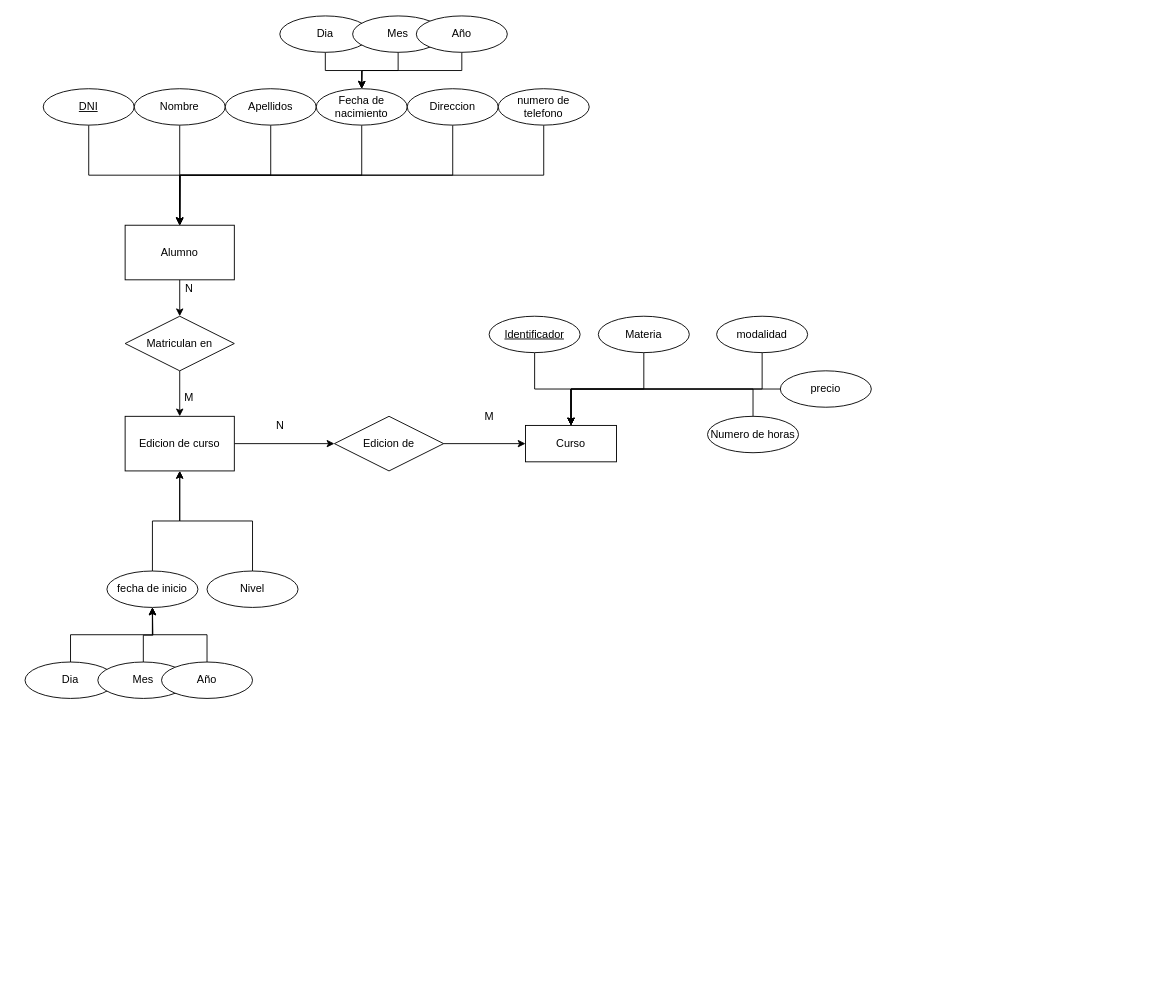
vnavacar/warm-up keeps this draw.io diagram as basesdedatos1.drawio. Above is the earlier version. Source tidied: cells renumbered, new cells numbered last; positions are measured from the earlier drawing's top-left corner, leaving out a move shared by most shapes. Both pictures are drawn from the tidied source at 91%, with x=0, y=0 at pixel (25, 15).
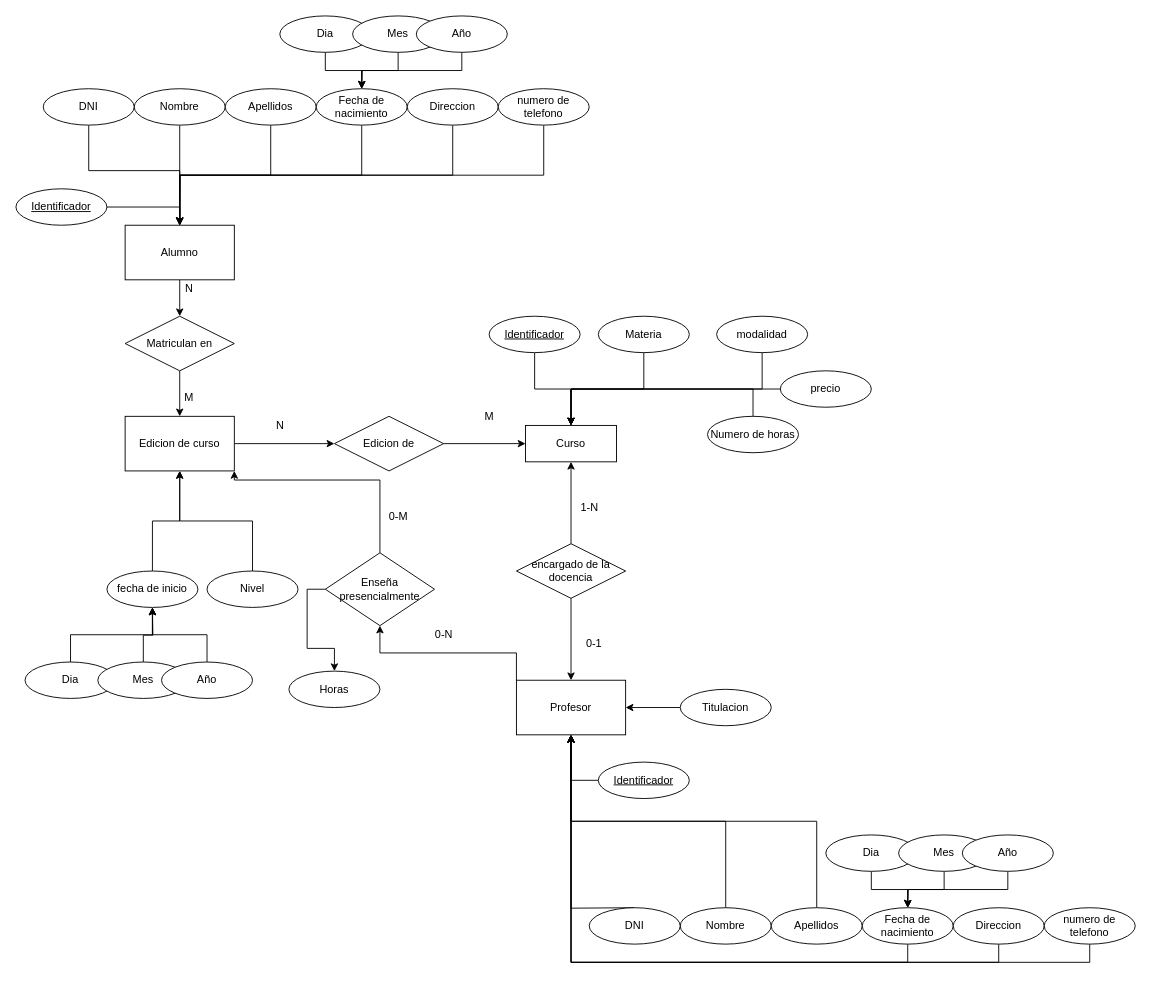
The same page after the edit.

Unchanged cells that the change refers to:
```xml
<mxCell id="3" value="Alumno" style="rounded=0;whiteSpace=wrap;html=1;" parent="1" vertex="1">
  <mxGeometry x="110" y="230" width="120" height="60" as="geometry" />
</mxCell>
<mxCell id="23" value="Edicion de curso" style="whiteSpace=wrap;html=1;align=center;" parent="1" vertex="1">
  <mxGeometry x="110" y="440" width="120" height="60" as="geometry" />
</mxCell>
<mxCell id="42" value="Curso" style="whiteSpace=wrap;html=1;align=center;" parent="1" vertex="1">
  <mxGeometry x="550" y="450" width="100" height="40" as="geometry" />
</mxCell>
```

What changed in the source:
```diff
@@
-    <mxCell id="4" style="edgeStyle=orthogonalEdgeStyle;rounded=0;jettySize=auto;html=1;exitX=0.5;exitY=1;exitDx=0;exitDy=0;" parent="1" edge="1" source="5" target="3">
-      <mxGeometry relative="1" as="geometry" />
+    <mxCell id="4" style="edgeStyle=orthogonalEdgeStyle;rounded=0;jettySize=auto;html=1;exitX=0.5;exitY=1;exitDx=0;exitDy=0;" parent="1" edge="1" target="3">
+      <mxGeometry relative="1" as="geometry">
+        <mxPoint x="70" y="120" as="sourcePoint" />
+        <Array as="points">
+          <mxPoint x="70" y="170" />
+          <mxPoint x="170" y="170" />
+        </Array>
+      </mxGeometry>
     </mxCell>
-    <mxCell id="5" value="DNI" style="ellipse;whiteSpace=wrap;html=1;align=center;fontStyle=4;" parent="1" vertex="1">
-      <mxGeometry x="20" y="80" width="100" height="40" as="geometry" />
-    </mxCell>
@@
+    <mxCell id="53" style="edgeStyle=orthogonalEdgeStyle;rounded=0;jettySize=auto;html=1;exitX=0.5;exitY=0;exitDx=0;exitDy=0;entryX=0.5;entryY=1;entryDx=0;entryDy=0;" parent="1" edge="1" source="55" target="42">
+      <mxGeometry relative="1" as="geometry" />
+    </mxCell>
+    <mxCell id="54" style="edgeStyle=orthogonalEdgeStyle;rounded=0;jettySize=auto;html=1;exitX=0.5;exitY=1;exitDx=0;exitDy=0;entryX=0.5;entryY=0;entryDx=0;entryDy=0;" parent="1" edge="1" source="55" target="59">
+      <mxGeometry relative="1" as="geometry" />
+    </mxCell>
+    <mxCell id="55" value="encargado de la docencia" style="shape=rhombus;perimeter=rhombusPerimeter;whiteSpace=wrap;html=1;align=center;" parent="1" vertex="1">
+      <mxGeometry x="540" y="580" width="120" height="60" as="geometry" />
+    </mxCell>
+    <mxCell id="56" value="1-N" style="text;html=1;align=center;verticalAlign=middle;strokeColor=none;fillColor=none;" parent="1" vertex="1">
+      <mxGeometry x="600" y="530" width="40" height="20" as="geometry" />
+    </mxCell>
+    <mxCell id="57" value="0-1" style="text;html=1;align=center;verticalAlign=middle;strokeColor=none;fillColor=none;" parent="1" vertex="1">
+      <mxGeometry x="610" y="680" width="30" height="20" as="geometry" />
+    </mxCell>
+    <mxCell id="58" style="edgeStyle=orthogonalEdgeStyle;rounded=0;jettySize=auto;html=1;exitX=0;exitY=0;exitDx=0;exitDy=0;entryX=0.5;entryY=1;entryDx=0;entryDy=0;" parent="1" edge="1" source="59" target="81">
+      <mxGeometry relative="1" as="geometry" />
+    </mxCell>
+    <mxCell id="59" value="Profesor" style="rounded=0;whiteSpace=wrap;html=1;" parent="1" vertex="1">
+      <mxGeometry x="540" y="730" width="120" height="60" as="geometry" />
+    </mxCell>
+    <mxCell id="60" style="edgeStyle=orthogonalEdgeStyle;rounded=0;jettySize=auto;html=1;exitX=0.5;exitY=0;exitDx=0;exitDy=0;entryX=0.5;entryY=1;entryDx=0;entryDy=0;" parent="1" edge="1" target="59">
+      <mxGeometry relative="1" as="geometry">
+        <mxPoint x="670" y="980" as="sourcePoint" />
+      </mxGeometry>
+    </mxCell>
+    <mxCell id="61" style="edgeStyle=orthogonalEdgeStyle;rounded=0;jettySize=auto;html=1;exitX=0.5;exitY=0;exitDx=0;exitDy=0;entryX=0.5;entryY=1;entryDx=0;entryDy=0;" parent="1" edge="1" source="62" target="59">
+      <mxGeometry relative="1" as="geometry" />
+    </mxCell>
+    <mxCell id="62" value="Nombre" style="ellipse;whiteSpace=wrap;html=1;align=center;" parent="1" vertex="1">
+      <mxGeometry x="720" y="980" width="100" height="40" as="geometry" />
+    </mxCell>
+    <mxCell id="63" style="edgeStyle=orthogonalEdgeStyle;rounded=0;jettySize=auto;html=1;exitX=0.5;exitY=0;exitDx=0;exitDy=0;entryX=0.5;entryY=1;entryDx=0;entryDy=0;" parent="1" edge="1" source="64" target="59">
+      <mxGeometry relative="1" as="geometry" />
+    </mxCell>
+    <mxCell id="64" value="Apellidos" style="ellipse;whiteSpace=wrap;html=1;align=center;" parent="1" vertex="1">
+      <mxGeometry x="820" y="980" width="100" height="40" as="geometry" />
+    </mxCell>
+    <mxCell id="65" style="edgeStyle=orthogonalEdgeStyle;rounded=0;jettySize=auto;html=1;exitX=0.5;exitY=1;exitDx=0;exitDy=0;entryX=0.5;entryY=1;entryDx=0;entryDy=0;" parent="1" edge="1" source="66" target="59">
+      <mxGeometry relative="1" as="geometry" />
+    </mxCell>
+    <mxCell id="66" value="Fecha de nacimiento" style="ellipse;whiteSpace=wrap;html=1;align=center;" parent="1" vertex="1">
+      <mxGeometry x="920" y="980" width="100" height="40" as="geometry" />
+    </mxCell>
+    <mxCell id="67" style="edgeStyle=orthogonalEdgeStyle;rounded=0;jettySize=auto;html=1;exitX=0.5;exitY=1;exitDx=0;exitDy=0;entryX=0.5;entryY=0;entryDx=0;entryDy=0;" parent="1" edge="1" source="68" target="66">
+      <mxGeometry relative="1" as="geometry" />
+    </mxCell>
+    <mxCell id="68" value="Dia" style="ellipse;whiteSpace=wrap;html=1;align=center;" parent="1" vertex="1">
+      <mxGeometry x="880" y="900" width="100" height="40" as="geometry" />
+    </mxCell>
+    <mxCell id="69" style="edgeStyle=orthogonalEdgeStyle;rounded=0;jettySize=auto;html=1;exitX=0.5;exitY=1;exitDx=0;exitDy=0;entryX=0.5;entryY=0;entryDx=0;entryDy=0;" parent="1" edge="1" source="70" target="66">
+      <mxGeometry relative="1" as="geometry" />
+    </mxCell>
+    <mxCell id="70" value="Mes" style="ellipse;whiteSpace=wrap;html=1;align=center;" parent="1" vertex="1">
+      <mxGeometry x="960" y="900" width="100" height="40" as="geometry" />
+    </mxCell>
+    <mxCell id="71" style="edgeStyle=orthogonalEdgeStyle;rounded=0;jettySize=auto;html=1;exitX=0.5;exitY=1;exitDx=0;exitDy=0;" parent="1" edge="1" source="72">
+      <mxGeometry relative="1" as="geometry">
+        <mxPoint x="970" y="980" as="targetPoint" />
+      </mxGeometry>
+    </mxCell>
+    <mxCell id="72" value="Año" style="ellipse;whiteSpace=wrap;html=1;align=center;" parent="1" vertex="1">
+      <mxGeometry x="1030" y="900" width="100" height="40" as="geometry" />
+    </mxCell>
+    <mxCell id="73" style="edgeStyle=orthogonalEdgeStyle;rounded=0;jettySize=auto;html=1;exitX=0.5;exitY=1;exitDx=0;exitDy=0;entryX=0.5;entryY=1;entryDx=0;entryDy=0;" parent="1" edge="1" source="74" target="59">
+      <mxGeometry relative="1" as="geometry" />
+    </mxCell>
+    <mxCell id="74" value="Direccion" style="ellipse;whiteSpace=wrap;html=1;align=center;" parent="1" vertex="1">
+      <mxGeometry x="1020" y="980" width="100" height="40" as="geometry" />
+    </mxCell>
+    <mxCell id="75" style="edgeStyle=orthogonalEdgeStyle;rounded=0;jettySize=auto;html=1;exitX=0.5;exitY=1;exitDx=0;exitDy=0;entryX=0.5;entryY=1;entryDx=0;entryDy=0;" parent="1" edge="1" source="76" target="59">
+      <mxGeometry relative="1" as="geometry" />
+    </mxCell>
+    <mxCell id="76" value="numero de telefono" style="ellipse;whiteSpace=wrap;html=1;align=center;" parent="1" vertex="1">
+      <mxGeometry x="1120" y="980" width="100" height="40" as="geometry" />
+    </mxCell>
+    <mxCell id="77" style="edgeStyle=orthogonalEdgeStyle;rounded=0;jettySize=auto;html=1;exitX=0;exitY=0.5;exitDx=0;exitDy=0;entryX=1;entryY=0.5;entryDx=0;entryDy=0;" parent="1" edge="1" source="78" target="59">
+      <mxGeometry relative="1" as="geometry" />
+    </mxCell>
+    <mxCell id="78" value="Titulacion" style="ellipse;whiteSpace=wrap;html=1;align=center;" parent="1" vertex="1">
+      <mxGeometry x="720" y="740" width="100" height="40" as="geometry" />
+    </mxCell>
+    <mxCell id="79" style="edgeStyle=orthogonalEdgeStyle;rounded=0;jettySize=auto;html=1;exitX=0.5;exitY=0;exitDx=0;exitDy=0;entryX=1;entryY=1;entryDx=0;entryDy=0;" parent="1" edge="1" source="81" target="23">
+      <mxGeometry relative="1" as="geometry">
+        <Array as="points">
+          <mxPoint x="390" y="510" />
+          <mxPoint x="230" y="510" />
+        </Array>
+      </mxGeometry>
+    </mxCell>
+    <mxCell id="80" style="edgeStyle=orthogonalEdgeStyle;rounded=0;jettySize=auto;html=1;exitX=0;exitY=0.5;exitDx=0;exitDy=0;" parent="1" edge="1" source="81" target="84">
+      <mxGeometry relative="1" as="geometry" />
+    </mxCell>
+    <mxCell id="81" value="Enseña presencialmente" style="shape=rhombus;perimeter=rhombusPerimeter;whiteSpace=wrap;html=1;align=center;" parent="1" vertex="1">
+      <mxGeometry x="330" y="590" width="120" height="80" as="geometry" />
+    </mxCell>
+    <mxCell id="82" value="0-N" style="text;html=1;align=center;verticalAlign=middle;strokeColor=none;fillColor=none;" parent="1" vertex="1">
+      <mxGeometry x="440" y="670" width="40" height="20" as="geometry" />
+    </mxCell>
+    <mxCell id="83" value="0-M" style="text;html=1;align=center;verticalAlign=middle;strokeColor=none;fillColor=none;" parent="1" vertex="1">
+      <mxGeometry x="390" y="540" width="40" height="20" as="geometry" />
+    </mxCell>
+    <mxCell id="84" value="Horas" style="ellipse;whiteSpace=wrap;html=1;align=center;" parent="1" vertex="1">
+      <mxGeometry x="290" y="720" width="100" height="40" as="geometry" />
+    </mxCell>
+    <mxCell id="85" value="DNI" style="ellipse;whiteSpace=wrap;html=1;align=center;" parent="1" vertex="1">
+      <mxGeometry x="620" y="980" width="100" height="40" as="geometry" />
+    </mxCell>
+    <mxCell id="86" style="edgeStyle=orthogonalEdgeStyle;rounded=0;jettySize=auto;html=1;exitX=0;exitY=0.5;exitDx=0;exitDy=0;entryX=0.5;entryY=1;entryDx=0;entryDy=0;" parent="1" edge="1" source="87" target="59">
+      <mxGeometry relative="1" as="geometry" />
+    </mxCell>
+    <mxCell id="87" value="Identificador" style="ellipse;whiteSpace=wrap;html=1;align=center;fontStyle=4;" parent="1" vertex="1">
+      <mxGeometry x="630" y="820" width="100" height="40" as="geometry" />
+    </mxCell>
+    <mxCell id="88" value="DNI" style="ellipse;whiteSpace=wrap;html=1;align=center;" parent="1" vertex="1">
+      <mxGeometry x="20" y="80" width="100" height="40" as="geometry" />
+    </mxCell>
+    <mxCell id="89" style="edgeStyle=orthogonalEdgeStyle;rounded=0;jettySize=auto;html=1;exitX=1;exitY=0.5;exitDx=0;exitDy=0;entryX=0.5;entryY=0;entryDx=0;entryDy=0;" parent="1" edge="1" source="90" target="3">
+      <mxGeometry relative="1" as="geometry" />
+    </mxCell>
+    <mxCell id="90" value="Identificador" style="ellipse;whiteSpace=wrap;html=1;align=center;fontStyle=4;" parent="1" vertex="1">
+      <mxGeometry x="-10" y="190" width="100" height="40" as="geometry" />
+    </mxCell>
```
